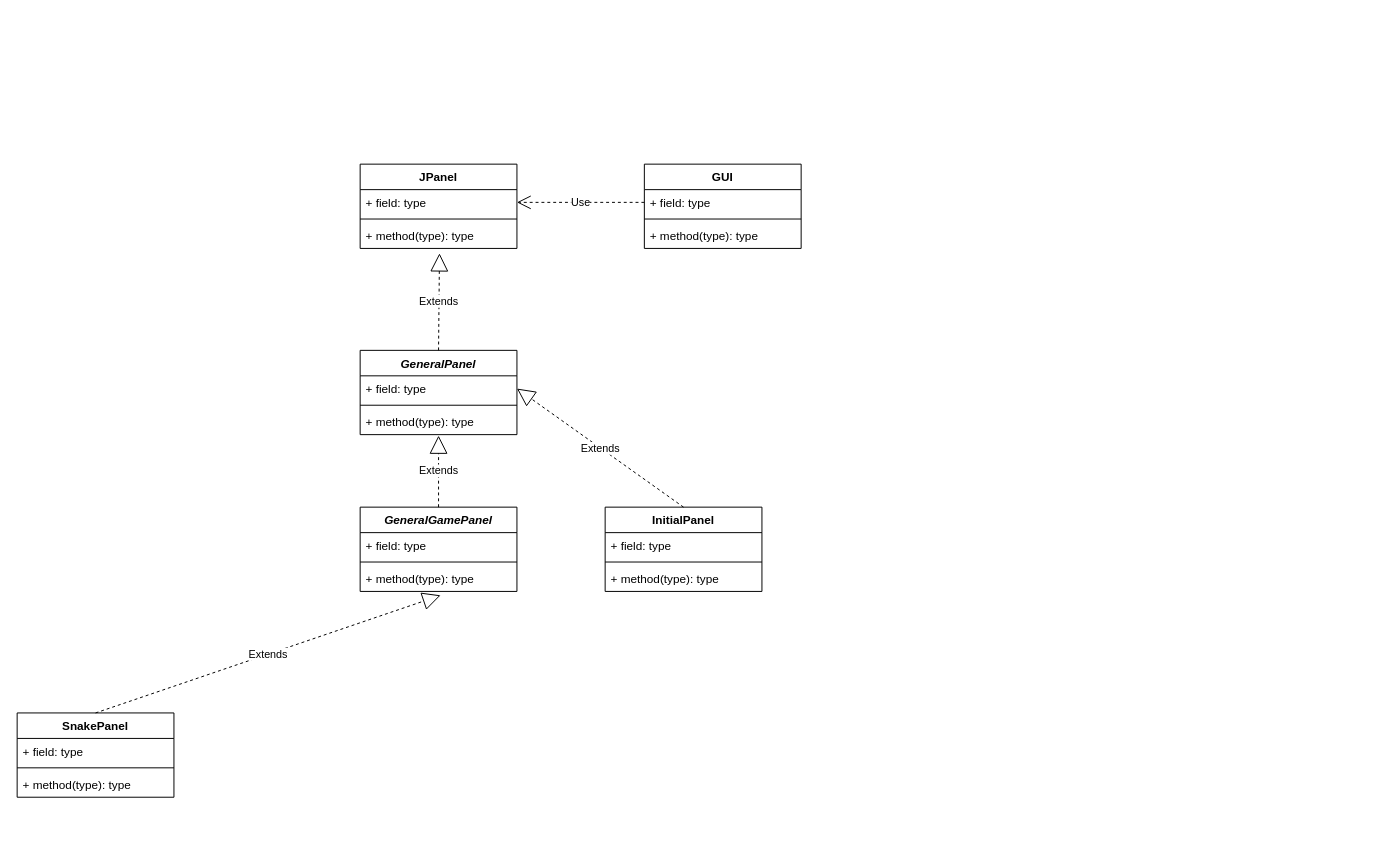
The draw.io diagram diagrama/classDiagram.drawio in brianalcl/1609, before the edit. Source tidied: cells renumbered, new cells numbered last; positions are measured from the earlier drawing's top-left corner, leaving out a move shared by most shapes. Both pictures are drawn from the tidied source at 98%, with x=0, y=0 at pixel (17, 164).
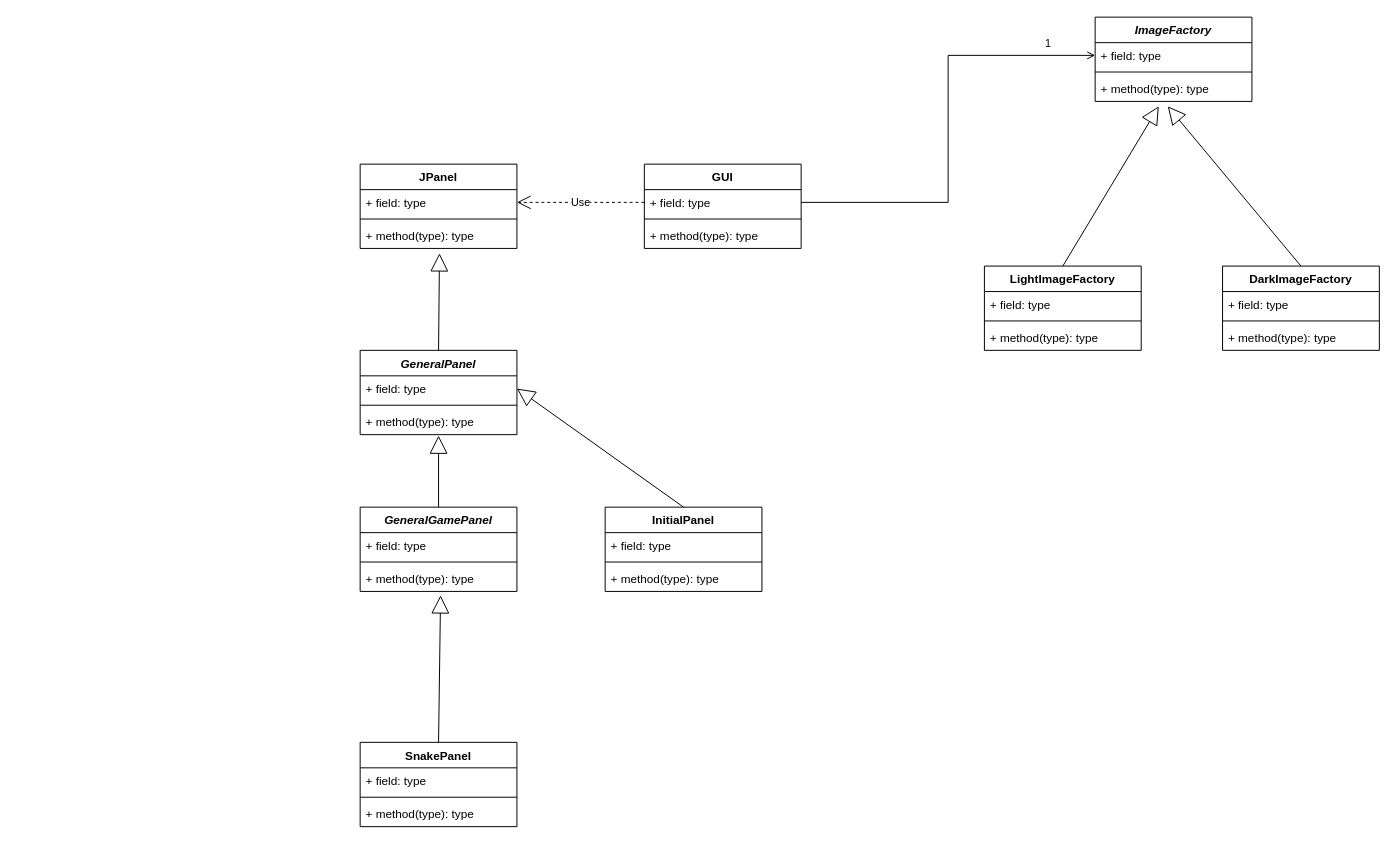
Above is the later version.

The change refers to these unchanged cells:
```xml
<mxCell id="5" value="+ method(type): type" style="text;strokeColor=none;fillColor=none;align=left;verticalAlign=top;spacingLeft=4;spacingRight=4;overflow=hidden;points=[[0,0.5],[1,0.5]];portConstraint=eastwest;" parent="2" vertex="1">
  <mxGeometry y="60" width="160" height="26" as="geometry" />
</mxCell>
<mxCell id="7" value="+ field: type" style="text;strokeColor=none;fillColor=none;align=left;verticalAlign=top;spacingLeft=4;spacingRight=4;overflow=hidden;points=[[0,0.5],[1,0.5]];portConstraint=eastwest;" parent="6" vertex="1">
  <mxGeometry y="26" width="160" height="26" as="geometry" />
</mxCell>
<mxCell id="14" value="GeneralPanel" style="swimlane;fontStyle=3;align=center;verticalAlign=top;horizontal=1;startSize=26;" parent="1" vertex="1">
  <mxGeometry x="350" y="190" width="160" height="86" as="geometry" />
</mxCell>
<mxCell id="15" value="+ field: type" style="text;strokeColor=none;fillColor=none;align=left;verticalAlign=top;spacingLeft=4;spacingRight=4;overflow=hidden;points=[[0,0.5],[1,0.5]];portConstraint=eastwest;" parent="14" vertex="1">
  <mxGeometry y="26" width="160" height="26" as="geometry" />
</mxCell>
<mxCell id="17" value="+ method(type): type" style="text;strokeColor=none;fillColor=none;align=left;verticalAlign=top;spacingLeft=4;spacingRight=4;overflow=hidden;points=[[0,0.5],[1,0.5]];portConstraint=eastwest;" parent="14" vertex="1">
  <mxGeometry y="60" width="160" height="26" as="geometry" />
</mxCell>
<mxCell id="18" value="InitialPanel" style="swimlane;fontStyle=1;align=center;verticalAlign=top;horizontal=1;startSize=26;" parent="1" vertex="1">
  <mxGeometry x="600" y="350" width="160" height="86" as="geometry" />
</mxCell>
<mxCell id="22" value="GeneralGamePanel" style="swimlane;fontStyle=3;align=center;verticalAlign=top;horizontal=1;startSize=26;" parent="1" vertex="1">
  <mxGeometry x="350" y="350" width="160" height="86" as="geometry" />
</mxCell>
<mxCell id="25" value="+ method(type): type" style="text;strokeColor=none;fillColor=none;align=left;verticalAlign=top;spacingLeft=4;spacingRight=4;overflow=hidden;points=[[0,0.5],[1,0.5]];portConstraint=eastwest;" parent="22" vertex="1">
  <mxGeometry y="60" width="160" height="26" as="geometry" />
</mxCell>
```

What changed in the source:
```diff
@@
     <mxCell id="10" value="SnakePanel" style="swimlane;fontStyle=1;align=center;verticalAlign=top;horizontal=1;startSize=26;" parent="1" vertex="1">
-      <mxGeometry y="560" width="160" height="86" as="geometry" />
+      <mxGeometry x="350" y="590" width="160" height="86" as="geometry" />
     </mxCell>
@@
-    <mxCell id="26" value="Extends" style="endArrow=block;endSize=16;endFill=0;html=1;rounded=0;dashed=1;entryX=0.506;entryY=1.192;entryDx=0;entryDy=0;entryPerimeter=0;exitX=0.5;exitY=0;exitDx=0;exitDy=0;" parent="1" edge="1" source="14" target="5">
+    <mxCell id="26" style="endArrow=block;endSize=16;endFill=0;html=1;rounded=0;entryX=0.506;entryY=1.192;entryDx=0;entryDy=0;entryPerimeter=0;exitX=0.5;exitY=0;exitDx=0;exitDy=0;" parent="1" edge="1" source="14" target="5">
       <mxGeometry relative="1" as="geometry" />
     </mxCell>
-    <mxCell id="27" value="Extends" style="endArrow=block;endSize=16;endFill=0;html=1;rounded=0;dashed=1;entryX=0.5;entryY=1.038;entryDx=0;entryDy=0;entryPerimeter=0;exitX=0.5;exitY=0;exitDx=0;exitDy=0;" parent="1" edge="1" source="22" target="17">
+    <mxCell id="27" style="endArrow=block;endSize=16;endFill=0;html=1;rounded=0;entryX=0.5;entryY=1.038;entryDx=0;entryDy=0;entryPerimeter=0;exitX=0.5;exitY=0;exitDx=0;exitDy=0;" parent="1" edge="1" source="22" target="17">
       <mxGeometry relative="1" as="geometry" />
     </mxCell>
-    <mxCell id="28" value="Extends" style="endArrow=block;endSize=16;endFill=0;html=1;rounded=0;dashed=1;entryX=1;entryY=0.5;entryDx=0;entryDy=0;exitX=0.5;exitY=0;exitDx=0;exitDy=0;" parent="1" edge="1" source="18" target="15">
-      <mxGeometry relative="1" as="geometry" />
-    </mxCell>
-    <mxCell id="29" value="Extends" style="endArrow=block;endSize=16;endFill=0;html=1;rounded=0;dashed=1;entryX=0.513;entryY=1.154;entryDx=0;entryDy=0;exitX=0.5;exitY=0;exitDx=0;exitDy=0;entryPerimeter=0;" parent="1" edge="1" source="10" target="25">
+    <mxCell id="29" style="endArrow=block;endSize=16;endFill=0;html=1;rounded=0;entryX=0.513;entryY=1.154;entryDx=0;entryDy=0;exitX=0.5;exitY=0;exitDx=0;exitDy=0;entryPerimeter=0;" parent="1" edge="1" source="10" target="25">
       <mxGeometry relative="1" as="geometry" />
     </mxCell>
@@
+    <mxCell id="31" value="ImageFactory" style="swimlane;fontStyle=3;align=center;verticalAlign=top;horizontal=1;startSize=26;" parent="1" vertex="1">
+      <mxGeometry x="1100" y="-150" width="160" height="86" as="geometry" />
+    </mxCell>
+    <mxCell id="32" value="+ field: type" style="text;strokeColor=none;fillColor=none;align=left;verticalAlign=top;spacingLeft=4;spacingRight=4;overflow=hidden;points=[[0,0.5],[1,0.5]];portConstraint=eastwest;" parent="31" vertex="1">
+      <mxGeometry y="26" width="160" height="26" as="geometry" />
+    </mxCell>
+    <mxCell id="33" style="line;strokeWidth=1;fillColor=none;align=left;verticalAlign=middle;spacingTop=-1;spacingLeft=3;spacingRight=3;labelPosition=right;" parent="31" vertex="1">
+      <mxGeometry y="52" width="160" height="8" as="geometry" />
+    </mxCell>
+    <mxCell id="34" value="+ method(type): type" style="text;strokeColor=none;fillColor=none;align=left;verticalAlign=top;spacingLeft=4;spacingRight=4;overflow=hidden;points=[[0,0.5],[1,0.5]];portConstraint=eastwest;" parent="31" vertex="1">
+      <mxGeometry y="60" width="160" height="26" as="geometry" />
+    </mxCell>
+    <mxCell id="35" style="edgeStyle=orthogonalEdgeStyle;rounded=0;jettySize=auto;html=1;exitX=1;exitY=0.5;exitDx=0;exitDy=0;entryX=0;entryY=0.5;entryDx=0;entryDy=0;endArrow=open;endFill=0;startArrow=none;startFill=0;" parent="1" edge="1" source="7" target="32">
+      <mxGeometry relative="1" as="geometry" />
+    </mxCell>
+    <mxCell id="36" value="1" style="edgeLabel;html=1;align=center;verticalAlign=middle;" parent="35" vertex="1">
+      <mxGeometry x="-0.92" y="-1" relative="1" as="geometry">
+        <mxPoint x="233" y="-164" as="offset" />
+      </mxGeometry>
+    </mxCell>
+    <mxCell id="37" value="DarkImageFactory" style="swimlane;fontStyle=1;align=center;verticalAlign=top;horizontal=1;startSize=26;" parent="1" vertex="1">
+      <mxGeometry x="1230" y="104" width="160" height="86" as="geometry" />
+    </mxCell>
+    <mxCell id="38" value="+ field: type" style="text;strokeColor=none;fillColor=none;align=left;verticalAlign=top;spacingLeft=4;spacingRight=4;overflow=hidden;" parent="37" vertex="1">
+      <mxGeometry y="26" width="160" height="26" as="geometry" />
+    </mxCell>
+    <mxCell id="39" style="line;strokeWidth=1;fillColor=none;align=left;verticalAlign=middle;spacingTop=-1;spacingLeft=3;spacingRight=3;labelPosition=right;" parent="37" vertex="1">
+      <mxGeometry y="52" width="160" height="8" as="geometry" />
+    </mxCell>
+    <mxCell id="40" value="+ method(type): type" style="text;strokeColor=none;fillColor=none;align=left;verticalAlign=top;spacingLeft=4;spacingRight=4;overflow=hidden;" parent="37" vertex="1">
+      <mxGeometry y="60" width="160" height="26" as="geometry" />
+    </mxCell>
+    <mxCell id="41" value="LightImageFactory" style="swimlane;fontStyle=1;align=center;verticalAlign=top;horizontal=1;startSize=26;" parent="1" vertex="1">
+      <mxGeometry x="987" y="104" width="160" height="86" as="geometry" />
+    </mxCell>
+    <mxCell id="42" value="+ field: type" style="text;strokeColor=none;fillColor=none;align=left;verticalAlign=top;spacingLeft=4;spacingRight=4;overflow=hidden;" parent="41" vertex="1">
+      <mxGeometry y="26" width="160" height="26" as="geometry" />
+    </mxCell>
+    <mxCell id="43" style="line;strokeWidth=1;fillColor=none;align=left;verticalAlign=middle;spacingTop=-1;spacingLeft=3;spacingRight=3;labelPosition=right;" parent="41" vertex="1">
+      <mxGeometry y="52" width="160" height="8" as="geometry" />
+    </mxCell>
+    <mxCell id="44" value="+ method(type): type" style="text;strokeColor=none;fillColor=none;align=left;verticalAlign=top;spacingLeft=4;spacingRight=4;overflow=hidden;" parent="41" vertex="1">
+      <mxGeometry y="60" width="160" height="26" as="geometry" />
+    </mxCell>
+    <mxCell id="28" style="endArrow=block;endSize=16;endFill=0;html=1;rounded=0;strokeWidth=1;entryX=1;entryY=0.5;entryDx=0;entryDy=0;exitX=0.5;exitY=0;exitDx=0;exitDy=0;" parent="1" edge="1" source="18" target="15">
+      <mxGeometry relative="1" as="geometry" />
+    </mxCell>
+    <mxCell id="45" style="endArrow=block;endSize=16;endFill=0;html=1;rounded=0;strokeWidth=1;entryX=0.463;entryY=1.192;entryDx=0;entryDy=0;exitX=0.5;exitY=0;exitDx=0;exitDy=0;entryPerimeter=0;" parent="1" edge="1" source="37" target="34">
+      <mxGeometry relative="1" as="geometry" />
+    </mxCell>
+    <mxCell id="46" style="endArrow=block;endSize=16;endFill=0;html=1;rounded=0;strokeWidth=1;exitX=0.5;exitY=0;exitDx=0;exitDy=0;entryX=0.406;entryY=1.192;entryDx=0;entryDy=0;entryPerimeter=0;" parent="1" edge="1" source="41" target="34">
+      <mxGeometry relative="1" as="geometry" />
+    </mxCell>
```
